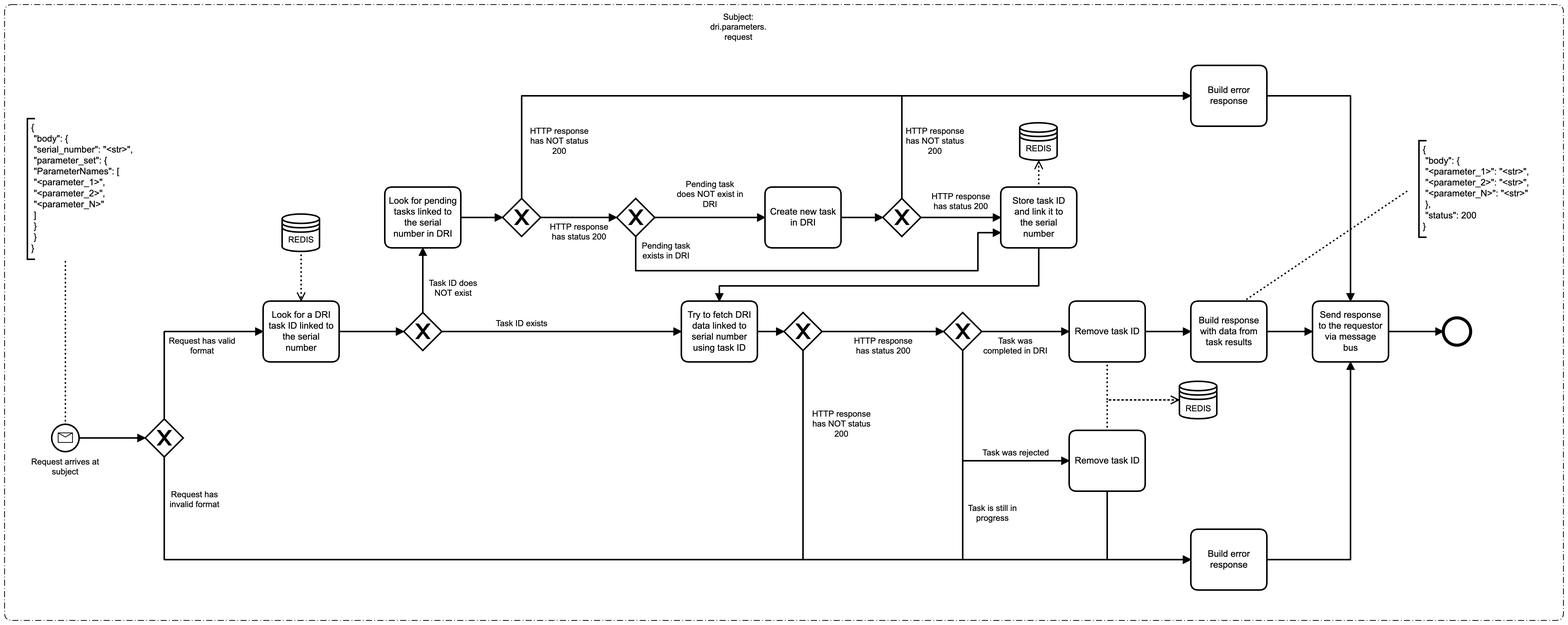
Earlier version of the BPMN export docs/images/dri-bridge.png (Bruin-Dev/Intelygenz). Its source is kept beside it as docs/diagrams/workflows/automation/dri-bridge.bpmn. Ids are renumbered.
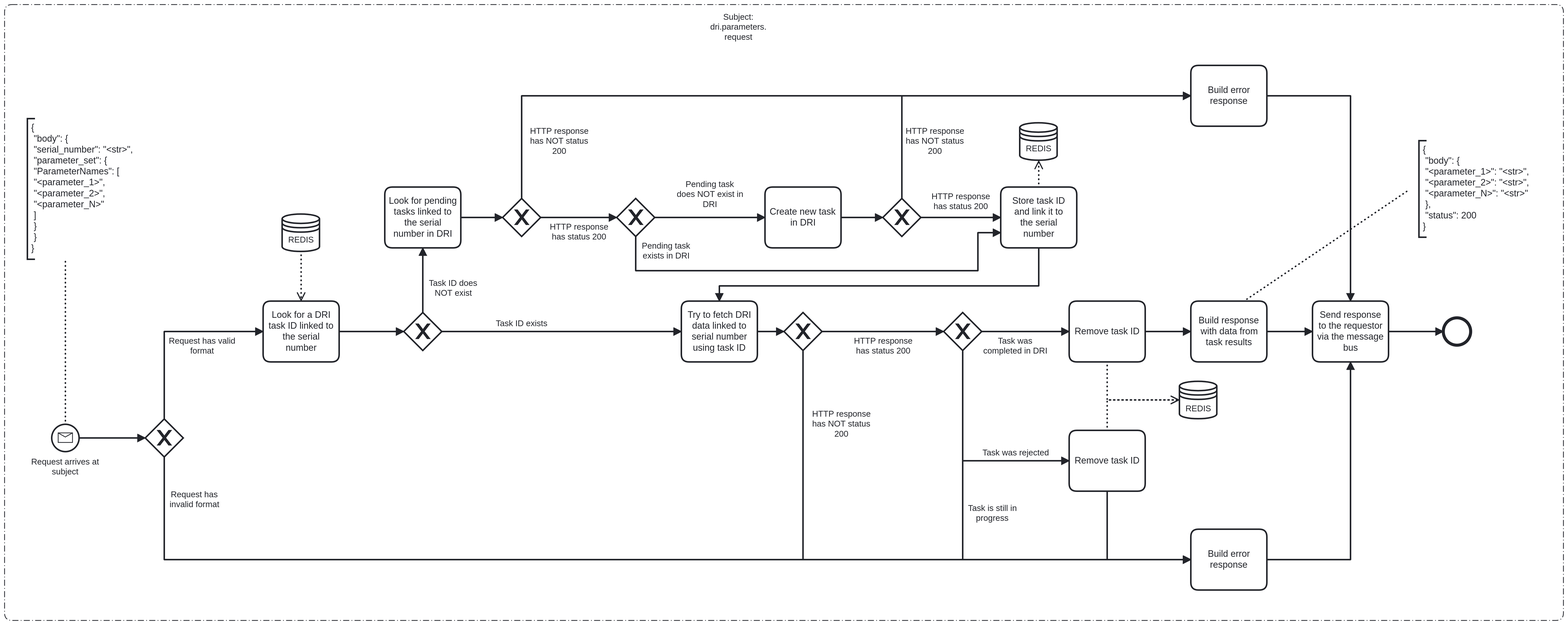
The same file after the commit.

Change to the diagram source:
```diff
@@ -22,7 +22,7 @@
         <bpmn:targetRef>DataStoreReference_n16</bpmn:targetRef>
       </bpmn:dataOutputAssociation>
     </bpmn:task>
-    <bpmn:task id="Activity_n17" name="Send response to the requestor via message bus">
+    <bpmn:task id="Activity_n17" name="Send response to the requestor via the message bus">
       <bpmn:incoming>Flow_n18</bpmn:incoming>
       <bpmn:incoming>Flow_n19</bpmn:incoming>
       <bpmn:incoming>Flow_n20</bpmn:incoming>
```
